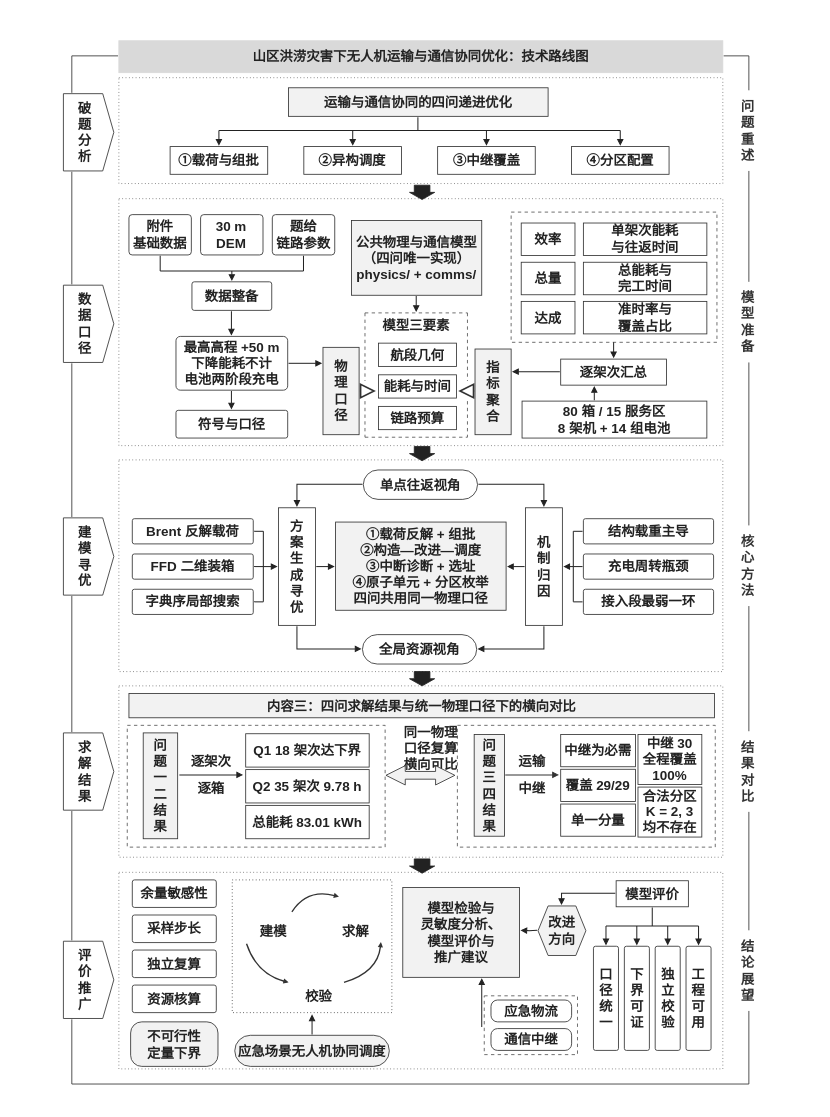
The draw.io diagram otheragent/diagrams/f00_roadmap.drawio in starfruitsz/MathAgent, before the edit. Source tidied: cells renumbered, new cells numbered last; positions are measured from the earlier drawing's top-left corner, leaving out a move shared by most shapes. Both pictures are drawn from the tidied source at 84%, with x=0, y=0 at pixel (14, 14).
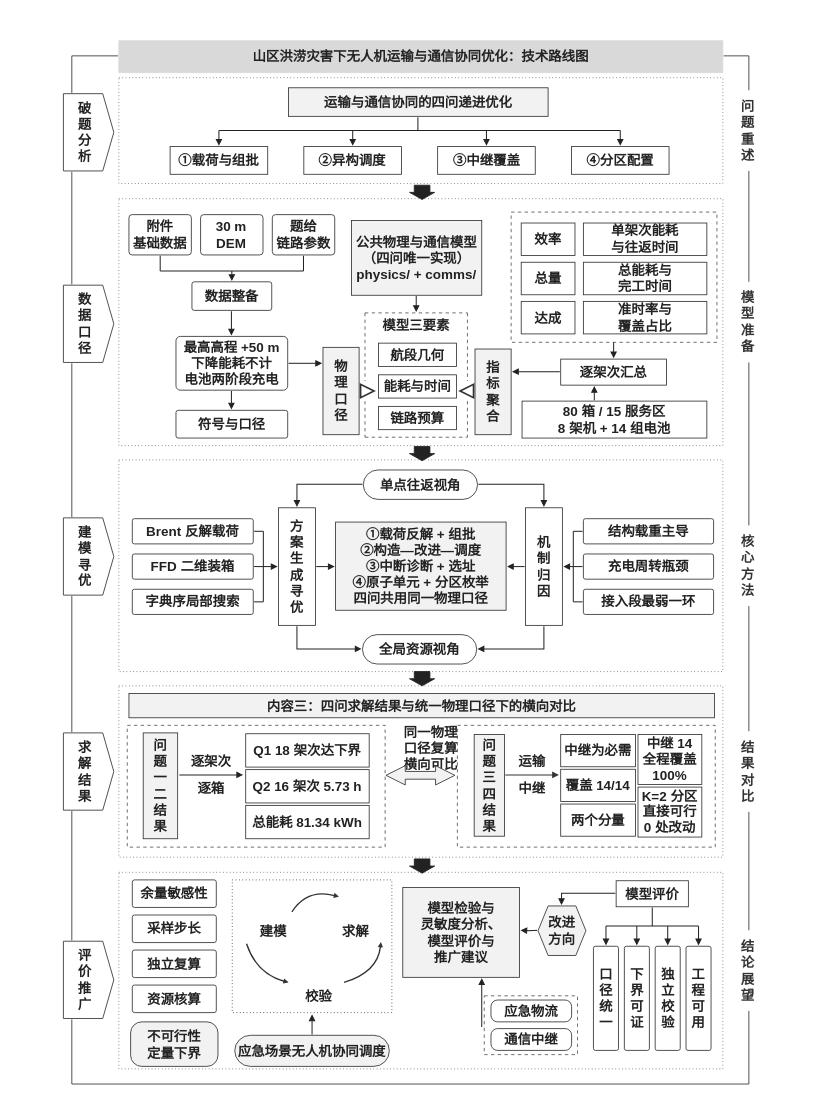
The same diagram, later.

Diff of the diagram source:
```diff
@@
-    <mxCell id="123" value="Q2 35 架次 9.78 h" style="rounded=0;arcSize=8;whiteSpace=wrap;html=1;fillColor=#ffffff;strokeColor=#333333;strokeWidth=1;fontSize=16;fontStyle=1;fontColor=#222222;fontFamily=Microsoft YaHei,PingFang SC,Hiragino Sans GB,Helvetica;align=center;verticalAlign=middle;spacingLeft=2;spacingRight=2;" parent="1" vertex="1">
+    <mxCell id="123" value="Q2 16 架次 5.73 h" style="rounded=0;arcSize=8;whiteSpace=wrap;html=1;fillColor=#ffffff;strokeColor=#333333;strokeWidth=1;fontSize=16;fontStyle=1;fontColor=#222222;fontFamily=Microsoft YaHei,PingFang SC,Hiragino Sans GB,Helvetica;align=center;verticalAlign=middle;spacingLeft=2;spacingRight=2;" parent="1" vertex="1">
       <mxGeometry x="275" y="898.7" width="147" height="39.7" as="geometry" />
     </mxCell>
-    <mxCell id="124" value="总能耗 83.01 kWh" style="rounded=0;arcSize=8;whiteSpace=wrap;html=1;fillColor=#ffffff;strokeColor=#333333;strokeWidth=1;fontSize=16;fontStyle=1;fontColor=#222222;fontFamily=Microsoft YaHei,PingFang SC,Hiragino Sans GB,Helvetica;align=center;verticalAlign=middle;spacingLeft=2;spacingRight=2;" parent="1" vertex="1">
+    <mxCell id="124" value="总能耗 81.34 kWh" style="rounded=0;arcSize=8;whiteSpace=wrap;html=1;fillColor=#ffffff;strokeColor=#333333;strokeWidth=1;fontSize=16;fontStyle=1;fontColor=#222222;fontFamily=Microsoft YaHei,PingFang SC,Hiragino Sans GB,Helvetica;align=center;verticalAlign=middle;spacingLeft=2;spacingRight=2;" parent="1" vertex="1">
       <mxGeometry x="275" y="941.3" width="147" height="39.7" as="geometry" />
     </mxCell>
@@
-    <mxCell id="132" value="覆盖 29/29" style="rounded=0;arcSize=8;whiteSpace=wrap;html=1;fillColor=#ffffff;strokeColor=#333333;strokeWidth=1;fontSize=16;fontStyle=1;fontColor=#222222;fontFamily=Microsoft YaHei,PingFang SC,Hiragino Sans GB,Helvetica;align=center;verticalAlign=middle;spacingLeft=2;spacingRight=2;" parent="1" vertex="1">
+    <mxCell id="132" value="覆盖 14/14" style="rounded=0;arcSize=8;whiteSpace=wrap;html=1;fillColor=#ffffff;strokeColor=#333333;strokeWidth=1;fontSize=16;fontStyle=1;fontColor=#222222;fontFamily=Microsoft YaHei,PingFang SC,Hiragino Sans GB,Helvetica;align=center;verticalAlign=middle;spacingLeft=2;spacingRight=2;" parent="1" vertex="1">
       <mxGeometry x="650" y="898.3" width="89" height="38.3" as="geometry" />
     </mxCell>
-    <mxCell id="133" value="单一分量" style="rounded=0;arcSize=8;whiteSpace=wrap;html=1;fillColor=#ffffff;strokeColor=#333333;strokeWidth=1;fontSize=16;fontStyle=1;fontColor=#222222;fontFamily=Microsoft YaHei,PingFang SC,Hiragino Sans GB,Helvetica;align=center;verticalAlign=middle;spacingLeft=2;spacingRight=2;" parent="1" vertex="1">
+    <mxCell id="133" value="两个分量" style="rounded=0;arcSize=8;whiteSpace=wrap;html=1;fillColor=#ffffff;strokeColor=#333333;strokeWidth=1;fontSize=16;fontStyle=1;fontColor=#222222;fontFamily=Microsoft YaHei,PingFang SC,Hiragino Sans GB,Helvetica;align=center;verticalAlign=middle;spacingLeft=2;spacingRight=2;" parent="1" vertex="1">
       <mxGeometry x="650" y="939.7" width="89" height="38.3" as="geometry" />
     </mxCell>
@@
-    <mxCell id="137" value="中继 30&lt;br&gt;全程覆盖&lt;br&gt;100%" style="rounded=0;arcSize=8;whiteSpace=wrap;html=1;fillColor=#ffffff;strokeColor=#333333;strokeWidth=1;fontSize=16;fontStyle=1;fontColor=#222222;fontFamily=Microsoft YaHei,PingFang SC,Hiragino Sans GB,Helvetica;align=center;verticalAlign=middle;spacingLeft=2;spacingRight=2;" parent="1" vertex="1">
+    <mxCell id="137" value="中继 14&lt;br&gt;全程覆盖&lt;br&gt;100%" style="rounded=0;arcSize=8;whiteSpace=wrap;html=1;fillColor=#ffffff;strokeColor=#333333;strokeWidth=1;fontSize=16;fontStyle=1;fontColor=#222222;fontFamily=Microsoft YaHei,PingFang SC,Hiragino Sans GB,Helvetica;align=center;verticalAlign=middle;spacingLeft=2;spacingRight=2;" parent="1" vertex="1">
       <mxGeometry x="742" y="857" width="76" height="59.5" as="geometry" />
     </mxCell>
-    <mxCell id="138" value="合法分区&lt;br&gt;K = 2, 3&lt;br&gt;均不存在" style="rounded=0;arcSize=8;whiteSpace=wrap;html=1;fillColor=#ffffff;strokeColor=#333333;strokeWidth=1;fontSize=16;fontStyle=1;fontColor=#222222;fontFamily=Microsoft YaHei,PingFang SC,Hiragino Sans GB,Helvetica;align=center;verticalAlign=middle;spacingLeft=2;spacingRight=2;" parent="1" vertex="1">
+    <mxCell id="138" value="K=2 分区&lt;br&gt;直接可行&lt;br&gt;0 处改动" style="rounded=0;arcSize=8;whiteSpace=wrap;html=1;fillColor=#ffffff;strokeColor=#333333;strokeWidth=1;fontSize=16;fontStyle=1;fontColor=#222222;fontFamily=Microsoft YaHei,PingFang SC,Hiragino Sans GB,Helvetica;align=center;verticalAlign=middle;spacingLeft=2;spacingRight=2;" parent="1" vertex="1">
       <mxGeometry x="742" y="919.5" width="76" height="59.5" as="geometry" />
     </mxCell>
```
